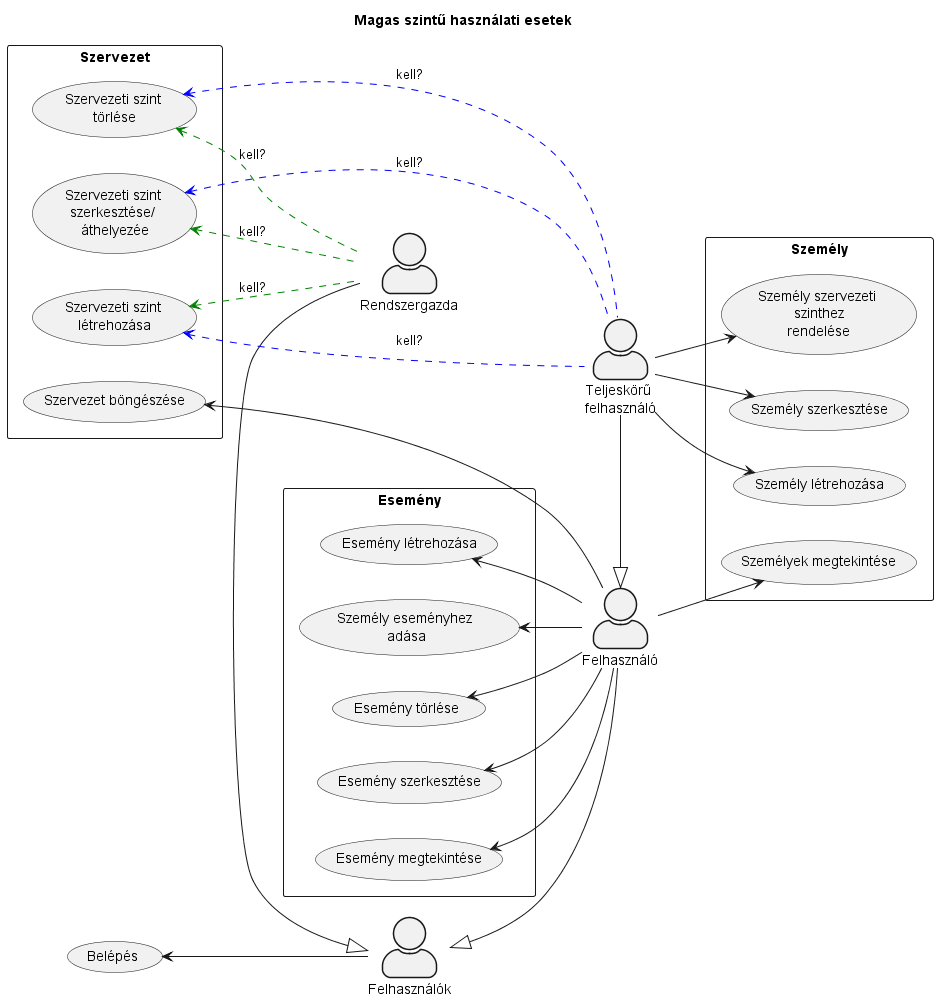
This is out/Használati_esetek_HL/Használati_esetek_HL.png from Vibenk/LilaElefant, a PlantUML export, as it was before one commit.
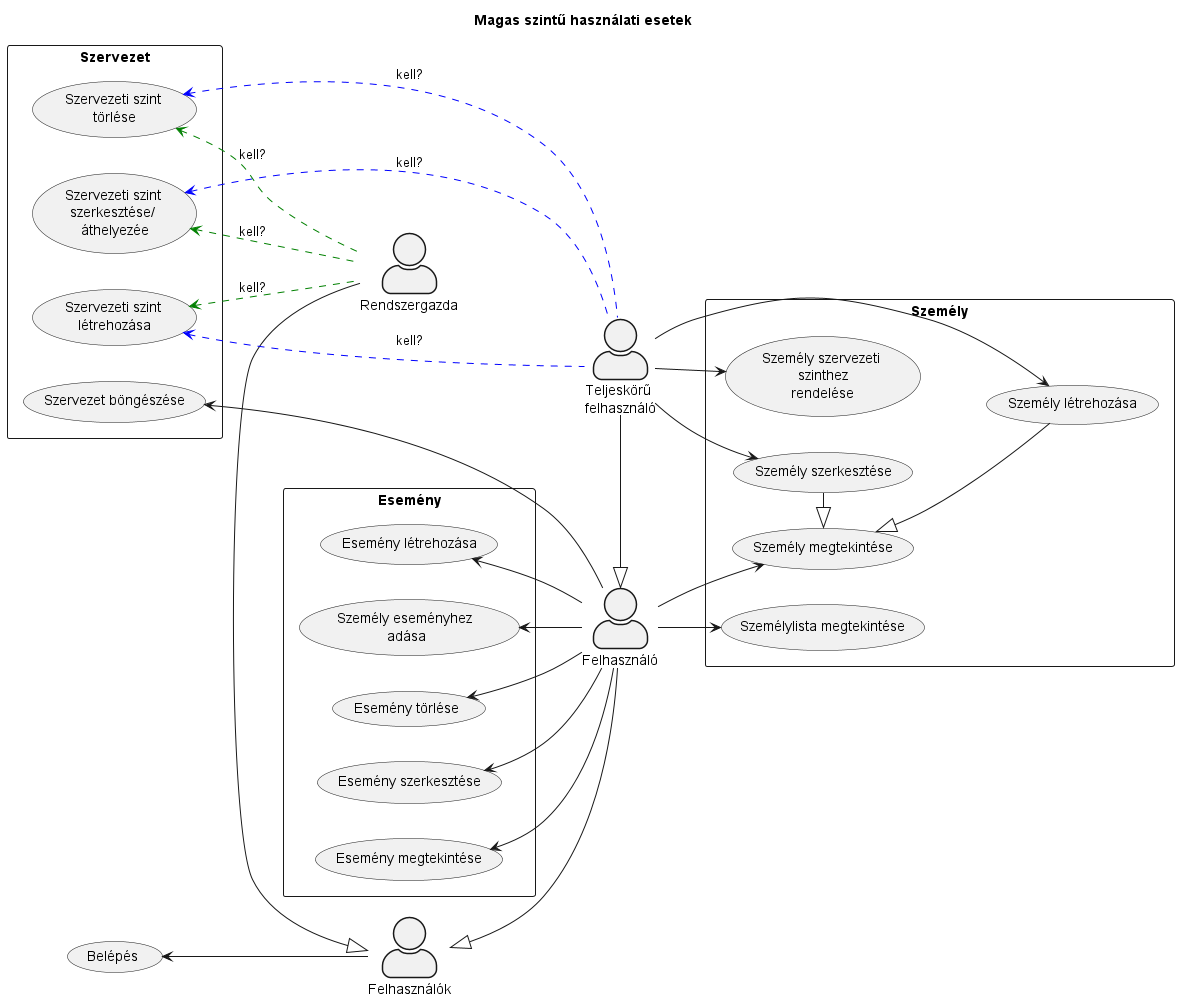
The same file after the commit.

The edit, as a diff of the source:
```diff
@@ -18,7 +18,8 @@
     (Szervezeti szint \ntörlése) as DeleteOrg
 }
 rectangle "Személy" {
-    (Személyek megtekintése) as DisplayPeople
+    (Személylista megtekintése) as DisplayPeople
+    (Személy megtekintése) as DisplayPerson
     (Személy szerkesztése) as EditPerson
     (Személy létrehozása) as CreatePerson
     (Személy szervezeti \n szinthez \nrendelése) as AssignPerson
@@ -30,6 +31,9 @@
     (Esemény megtekintése) as DisplayEvent
     (Személy eseményhez \nadása) as AssignPersonEvent
 }
+
+EditPerson -|> DisplayPerson
+CreatePerson -up-|> DisplayPerson
 
 Users -up-> Login
     Admin -|> Users
@@ -49,6 +53,7 @@
 SuperUser -down-> CreatePerson
 SuperUser -down-> AssignPerson
 User --> DisplayPeople
+User --> DisplayPerson
 
 User -up-> CreateEvent
 User -up-> DisplayEvent
```
